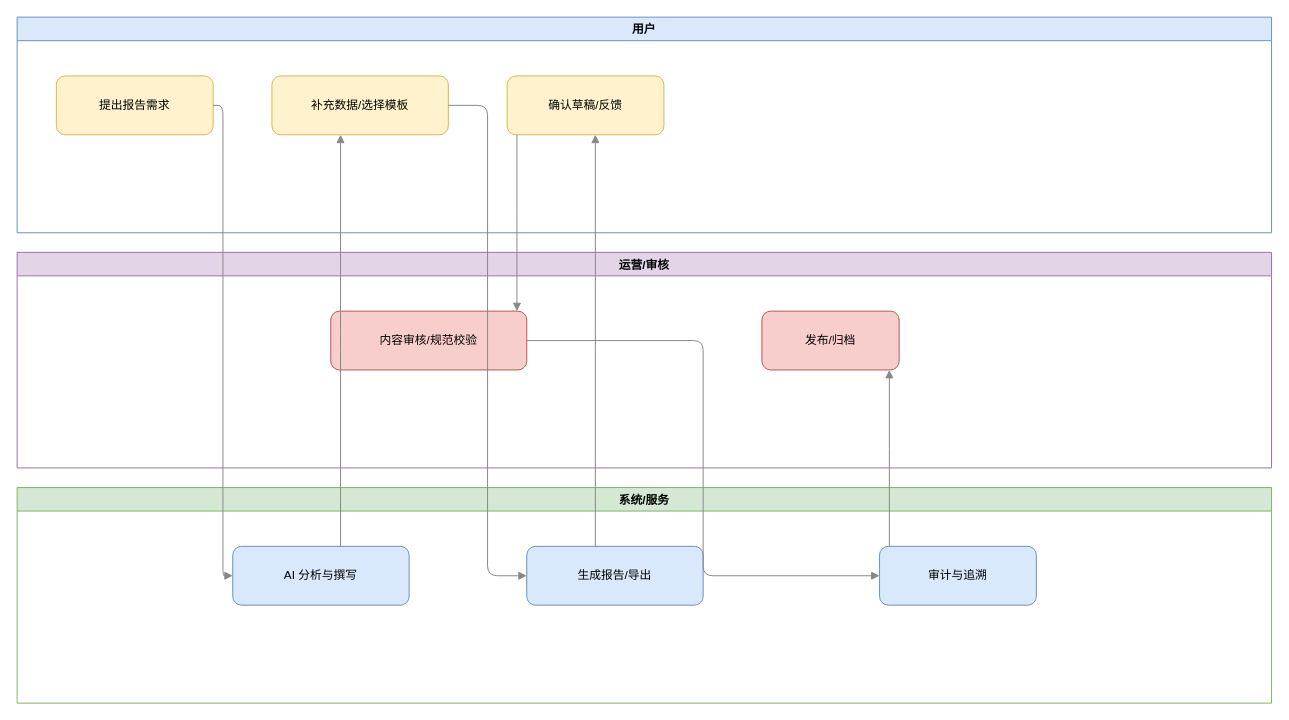
Earlier version of the draw.io diagram reporting/业务架构-泳道图.drawio (xiqing21/smart-report). Source tidied: cells renumbered, new cells numbered last; positions are measured from the earlier drawing's top-left corner, leaving out a move shared by most shapes. Both pictures are drawn from the tidied source at 98%, with x=0, y=0 at pixel (17, 17).
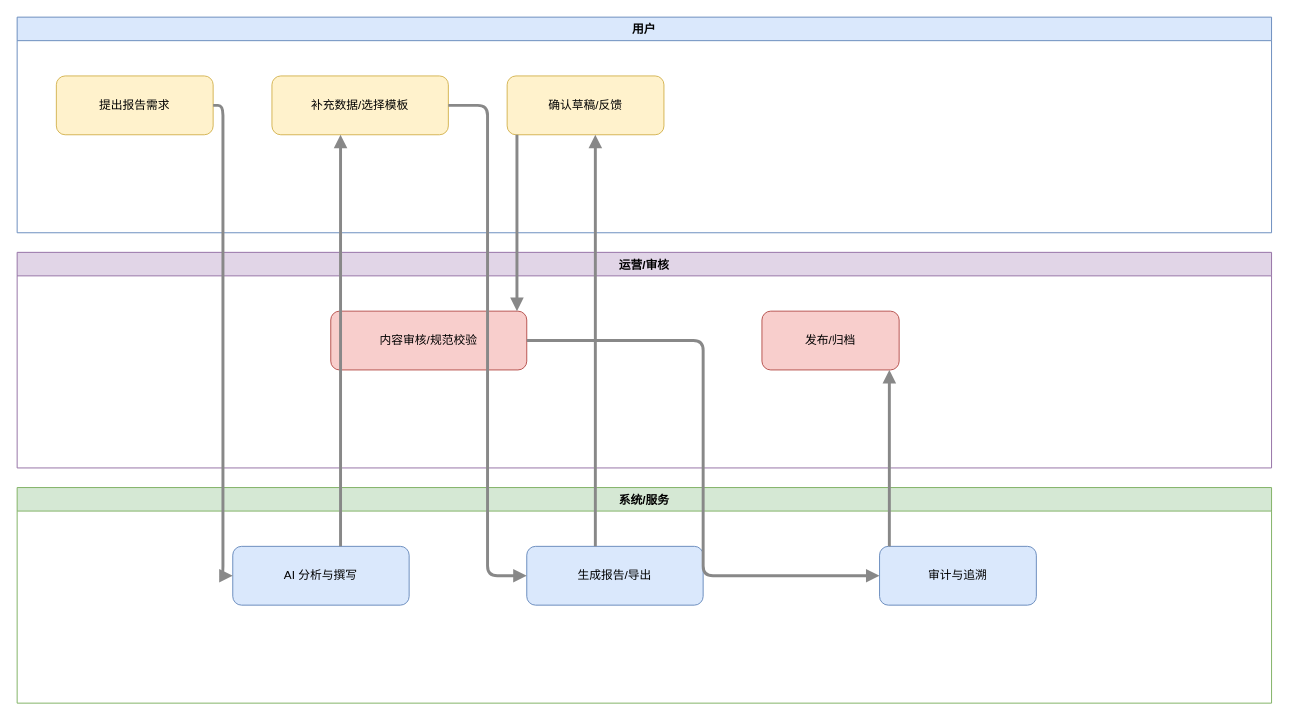
The same diagram, later.

The edit, as a diff of the source:
```diff
@@
 <mxGraphModel>
   <root>
     <mxCell id="0" />
     <mxCell id="1" parent="0" />
     <mxCell id="2" value="用户" style="swimlane;fontStyle=1;horizontal=1;startSize=24;fillColor=#dae8fc;strokeColor=#6c8ebf;" parent="1" vertex="1">
       <mxGeometry width="1280" height="220" as="geometry" />
     </mxCell>
-    <mxCell id="3" value="运营/审核" style="swimlane;fontStyle=1;horizontal=1;startSize=24;fillColor=#e1d5e7;strokeColor=#9673a6;" parent="1" vertex="1">
-      <mxGeometry y="240" width="1280" height="220" as="geometry" />
-    </mxCell>
-    <mxCell id="4" value="系统/服务" style="swimlane;fontStyle=1;horizontal=1;startSize=24;fillColor=#d5e8d4;strokeColor=#82b366;" parent="1" vertex="1">
-      <mxGeometry y="480" width="1280" height="220" as="geometry" />
-    </mxCell>
     <mxCell id="5" value="提出报告需求" style="rounded=1;whiteSpace=wrap;html=1;fillColor=#fff2cc;strokeColor=#d6b656;" parent="2" vertex="1">
       <mxGeometry x="40" y="60" width="160" height="60" as="geometry" />
     </mxCell>
     <mxCell id="6" value="补充数据/选择模板" style="rounded=1;whiteSpace=wrap;html=1;fillColor=#fff2cc;strokeColor=#d6b656;" parent="2" vertex="1">
       <mxGeometry x="260" y="60" width="180" height="60" as="geometry" />
     </mxCell>
     <mxCell id="7" value="确认草稿/反馈" style="rounded=1;whiteSpace=wrap;html=1;fillColor=#fff2cc;strokeColor=#d6b656;" parent="2" vertex="1">
       <mxGeometry x="500" y="60" width="160" height="60" as="geometry" />
     </mxCell>
+    <mxCell id="3" value="运营/审核" style="swimlane;fontStyle=1;horizontal=1;startSize=24;fillColor=#e1d5e7;strokeColor=#9673a6;" parent="1" vertex="1">
+      <mxGeometry y="240" width="1280" height="220" as="geometry" />
+    </mxCell>
     <mxCell id="8" value="内容审核/规范校验" style="rounded=1;whiteSpace=wrap;html=1;fillColor=#f8cecc;strokeColor=#b85450;" parent="3" vertex="1">
       <mxGeometry x="320" y="60" width="200" height="60" as="geometry" />
     </mxCell>
     <mxCell id="9" value="发布/归档" style="rounded=1;whiteSpace=wrap;html=1;fillColor=#f8cecc;strokeColor=#b85450;" parent="3" vertex="1">
       <mxGeometry x="760" y="60" width="140" height="60" as="geometry" />
     </mxCell>
+    <mxCell id="4" value="系统/服务" style="swimlane;fontStyle=1;horizontal=1;startSize=24;fillColor=#d5e8d4;strokeColor=#82b366;" parent="1" vertex="1">
+      <mxGeometry y="480" width="1280" height="220" as="geometry" />
+    </mxCell>
     <mxCell id="10" value="AI 分析与撰写" style="rounded=1;whiteSpace=wrap;html=1;fillColor=#dae8fc;strokeColor=#6c8ebf;" parent="4" vertex="1">
       <mxGeometry x="220" y="60" width="180" height="60" as="geometry" />
     </mxCell>
     <mxCell id="11" value="生成报告/导出" style="rounded=1;whiteSpace=wrap;html=1;fillColor=#dae8fc;strokeColor=#6c8ebf;" parent="4" vertex="1">
       <mxGeometry x="520" y="60" width="180" height="60" as="geometry" />
     </mxCell>
     <mxCell id="12" value="审计与追溯" style="rounded=1;whiteSpace=wrap;html=1;fillColor=#dae8fc;strokeColor=#6c8ebf;" parent="4" vertex="1">
       <mxGeometry x="880" y="60" width="160" height="60" as="geometry" />
     </mxCell>
-    <mxCell id="13" style="edgeStyle=elbowEdgeStyle;rounded=1;endArrow=block;html=1;strokeColor=#888;" parent="1" edge="1" source="5" target="10">
+    <mxCell id="13" style="edgeStyle=elbowEdgeStyle;rounded=1;endArrow=block;html=1;strokeColor=#888;flowAnimation=1;strokeWidth=3;" parent="1" edge="1" source="5" target="10">
       <mxGeometry relative="1" as="geometry" />
     </mxCell>
-    <mxCell id="14" style="edgeStyle=elbowEdgeStyle;rounded=1;endArrow=block;html=1;strokeColor=#888;" parent="1" edge="1" source="10" target="6">
+    <mxCell id="14" style="edgeStyle=elbowEdgeStyle;rounded=1;endArrow=block;html=1;strokeColor=#888;flowAnimation=1;strokeWidth=3;" parent="1" edge="1" source="10" target="6">
       <mxGeometry relative="1" as="geometry" />
     </mxCell>
-    <mxCell id="15" style="edgeStyle=elbowEdgeStyle;rounded=1;endArrow=block;html=1;strokeColor=#888;" parent="1" edge="1" source="6" target="11">
+    <mxCell id="15" style="edgeStyle=elbowEdgeStyle;rounded=1;endArrow=block;html=1;strokeColor=#888;flowAnimation=1;strokeWidth=3;" parent="1" edge="1" source="6" target="11">
       <mxGeometry relative="1" as="geometry" />
     </mxCell>
-    <mxCell id="16" style="edgeStyle=elbowEdgeStyle;rounded=1;endArrow=block;html=1;strokeColor=#888;" parent="1" edge="1" source="11" target="7">
+    <mxCell id="16" style="edgeStyle=elbowEdgeStyle;rounded=1;endArrow=block;html=1;strokeColor=#888;flowAnimation=1;strokeWidth=3;" parent="1" edge="1" source="11" target="7">
       <mxGeometry relative="1" as="geometry" />
     </mxCell>
-    <mxCell id="17" style="edgeStyle=elbowEdgeStyle;rounded=1;endArrow=block;html=1;strokeColor=#888;" parent="1" edge="1" source="7" target="8">
+    <mxCell id="17" style="edgeStyle=elbowEdgeStyle;rounded=1;endArrow=block;html=1;strokeColor=#888;flowAnimation=1;strokeWidth=3;" parent="1" edge="1" source="7" target="8">
       <mxGeometry relative="1" as="geometry" />
     </mxCell>
-    <mxCell id="18" style="edgeStyle=elbowEdgeStyle;rounded=1;endArrow=block;html=1;strokeColor=#888;" parent="1" edge="1" source="8" target="12">
+    <mxCell id="18" style="edgeStyle=elbowEdgeStyle;rounded=1;endArrow=block;html=1;strokeColor=#888;flowAnimation=1;strokeWidth=3;" parent="1" edge="1" source="8" target="12">
       <mxGeometry relative="1" as="geometry" />
     </mxCell>
-    <mxCell id="19" style="edgeStyle=elbowEdgeStyle;rounded=1;endArrow=block;html=1;strokeColor=#888;" parent="1" edge="1" source="12" target="9">
+    <mxCell id="19" style="edgeStyle=elbowEdgeStyle;rounded=1;endArrow=block;html=1;strokeColor=#888;flowAnimation=1;strokeWidth=3;" parent="1" edge="1" source="12" target="9">
       <mxGeometry relative="1" as="geometry" />
     </mxCell>
   </root>
 </mxGraphModel>
```
